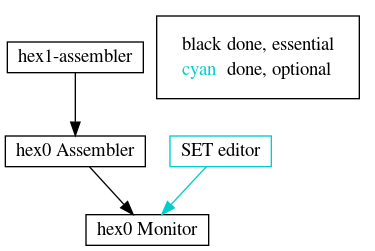
snnw/mes keeps this Graphviz diagram as doc/talks/fosdem20/stage-0.png. Above is the earlier version. Its source is kept beside it as doc/talks/fosdem20/stage-0.dot.
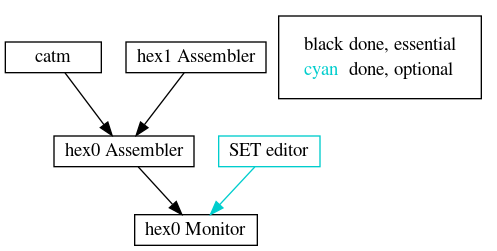
Above is the later version.

Change to the diagram source:
```diff
@@ -2,75 +2,83 @@
   node[shape=box,width=1,height=0.25];
   edge [height=0.25];
 
-  "hex0-monitor" [label = "hex0 Monitor", color = black, shape = box];
-  "hex0-assembler" [label = "hex0 Assembler", color = black, shape = box];
+  "hex0 Monitor" [label = "hex0 Monitor", color = black, shape = box];
+  "hex0 Assembler" [label = "hex0 Assembler", color = black, shape = box];
   "SET" [label = "SET editor", color = cyan3, shape = box];
-  # "hex1-assembler" [label = "hex1 Assembler", color = black, shape = box];
-  # "hex2-assembler" [label = "hex2 Assembler", color = black, shape = box];
-  # "M1-Macro" [label = "M1 Macro assembler", color = black, shape = box];
-  # "cat" [label = "cat", color = cyan3, shape = box];
+  # "hex1 Assembler" [label = "hex1 Assembler", color = black, shape = box];
+  # "hex2 Assembler" [label = "hex2 Assembler", color = black, shape = box];
+  # "M1 Macro assembler" [label = "M1 Macro assembler", color = black, shape = box];
+  "catm" [label = "catm", color = black, shape = box];
   # "Slow_Lisp" [label = "Slow Lisp", color = green3, shape = box];
   # "Stage0-FORTH" [label = "Stage0 FORTH", color = green3, shape = box];
   # "cc_x86" [label = "cc_x86", color = black, shape = box];
   # "M2-Planet" [label = "M2-PLanet", color = black, shape = box];
-  # "M2-Moon" [label = "M2-Moon", color = red1, shape = box];
+  # "M2-Moon" [label = "M2-Moon", color = orange, shape = box];
   # "mescc-tools-seed" [label = "mescc-tools-seed", color = black, shape = box];
   # "?" [label = "?", color = red1, shape = box];
   # "bootstrap-binaries" [label = "bootstrap-binaries", color=red1, shape = box];
   # "mescc-tools" [label = "mescc-tools", color = black, shape = box];
-  # "Mes C Lib.M2" [label = "Mes C Lib.M2", color = red1, shape = box];
-  # "mes.M2" [label = "mes.M2", color = red1, shape = box];
+  # "Mes' Libc M2" [label = "Mes' Libc M2", color = red1, shape = box];
+  # "Mes' M2" [label = "Mes' M2", color = red1, shape = box];
+  # "Mes Libc" [label = "Mes Libc", color = cyan3, shape = box];
+  # "Mes" [label = "Mes", color = cyan3, shape = box];
   # "mescc" [label = "mescc", color = black, shape = box];
-  # "Mes C Lib +tcc" [label = "Mes C Lib +tcc", color = black, shape = box];
+  # "Mes Libc +tcc" [label = "Mes Libc +tcc", color = black, shape = box];
   # "tcc" [label = "tcc", color = black, shape = box];
-  # "Mes C Lib +GNU" [label = "Mes C Lib +GNU", color = black, shape = box];
+  # "Mes Libc +GNU" [label = "Mes Libc +GNU", color = black, shape = box];
   # "gcc-core 2.95.3" [label = "gcc-core 2.95.3", color = black, shape = box];
   # "glibc 2.2.5" [label = "glibc 2.2.5", color = black, shape = box];
   # "gcc 2.95.3" [label = "gcc 2.95.3", color = black, shape = box];
   # "glibc 2.16" [label = "glibc 2.16", color = black, shape = box];
   # "gcc 4.7.4" [label = "gcc 4.7.4", color = black, shape = box];
 
-  "SET" -> "hex0-monitor" [color = cyan3];
-  "hex0-assembler" -> "hex0-monitor" [color = black];
-  "hex1-assembler" -> "hex0-assembler" [color = black];
-  # "hex2-assembler" -> "hex1-assembler" [color = black];
-  # "M1-Macro" -> "hex2-assembler" [color = black];
-  # "cat" -> "M1-Macro" [color = cyan3];
-  # "Slow_Lisp" -> "M1-Macro" [color = green3];
-  # "Stage0-FORTH" -> "M1-Macro" [color = green3];
-  # "cc_x86" -> "M1-Macro" [color = black];
+  "SET" -> "hex0 Monitor" [color = cyan3];
+  "hex0 Assembler" -> "hex0 Monitor" [color = black];
+  "hex1 Assembler" -> "hex0 Assembler" [color = black];
+  # "hex2 Assembler" -> "hex1 Assembler" [color = black];
+  # "hex2 Assembler" -> "catm" [color = black];
+  # "M1 Macro assembler" -> "hex2 Assembler" [color = black];
+  # "M1 Macro assembler" -> "catm" [color = black];
+  "catm" -> "hex0 Assembler" [color = black];
+  # "Slow_Lisp" -> "M1 Macro assembler" [color = green3];
+  # "Stage0-FORTH" -> "M1 Macro assembler" [color = green3];
+  # "cc_x86" -> "M1 Macro assembler" [color = black];
   # "M2-Planet" -> "cc_x86" [color = black];
-  # "M2-Moon" -> "M1-Macro" [color = red1];
+  # "M2-Moon" -> "M1 Macro assembler" [color = orange];
 
   # "mescc-tools-seed" -> "cc_x86" [color = black];
   # "mescc-tools" -> "mescc-tools-seed" [color = black];
   # "mescc-tools" -> "M2-Planet" [color = black];
 
-  # "Mes C Lib.M2" -> "mescc-tools" [color = red1];
-  # "Mes C Lib.M2" -> "M2-Planet" [color = red1];
+  # "Mes' Libc M2" -> "M2-Planet" [color = red1];
 
-  # "mes.M2" -> "mescc-tools" [color = red1];
-  # "mes.M2" -> "Mes C Lib.M2" [color = red1];
-  # "mes.M2" -> "M2-Planet" [color = red1];
-  # "mescc" -> "mes.M2" [color = black];
+  # "Mes' M2" -> "mescc-tools" [color = red1];
+  # "Mes' M2" -> "Mes' Libc M2" [color = red1];
+  # "Mes' M2" -> "M2-Planet" [color = black];
 
-  # "Mes C Lib +tcc" -> "mes.M2" [color = red1];
+  # "Mes" -> "mescc-tools" [color = cyan3];
+  # "Mes" -> "Mes Libc" [color = cyan3];
 
-  # "tcc" -> "Mes C Lib +tcc" [color = black];
+  # "mescc" -> "Mes' M2" [color = red1];
+  # "mescc" -> "Mes" [color = cyan3];
+
+  # "Mes Libc +tcc" -> "Mes' M2" [color = red1];
+
+  # "tcc" -> "Mes Libc +tcc" [color = black];
   # "tcc" -> "bootstrap-binaries" [color = black];
   # "tcc" -> "mescc" [color = black];
 
-  # "gcc-core 2.95.3" -> "Mes C Lib +GNU " [color = black];
+  # "gcc-core 2.95.3" -> "Mes Libc +GNU " [color = black];
   # "gcc-core 2.95.3" -> "bootstrap-binaries" [color = black];
   # "gcc-core 2.95.3" -> "tcc" [color = black];
 
-  # "make" -> "Mes C Lib +GNU" [color = black];
+  # "make" -> "Mes Libc +GNU" [color = black];
   # "make" -> "tcc" [color = black];
   # "make" -> "bootstrap-binaries" [color = black];
 
   # "glibc 2.2.5" -> "gcc-core 2.95.3" [color = black];
   # "glibc 2.2.5" -> "binutils" [color = black];
-  # "glibc 2.2.5" -> "Mes C Lib +GNU" [color = black];
+  # "glibc 2.2.5" -> "Mes Libc +GNU" [color = black];
   # "glibc 2.2.5" -> "make" [color = black];
   # "glibc 2.2.5" -> "bootstrap-binaries" [color = black];
 
```
